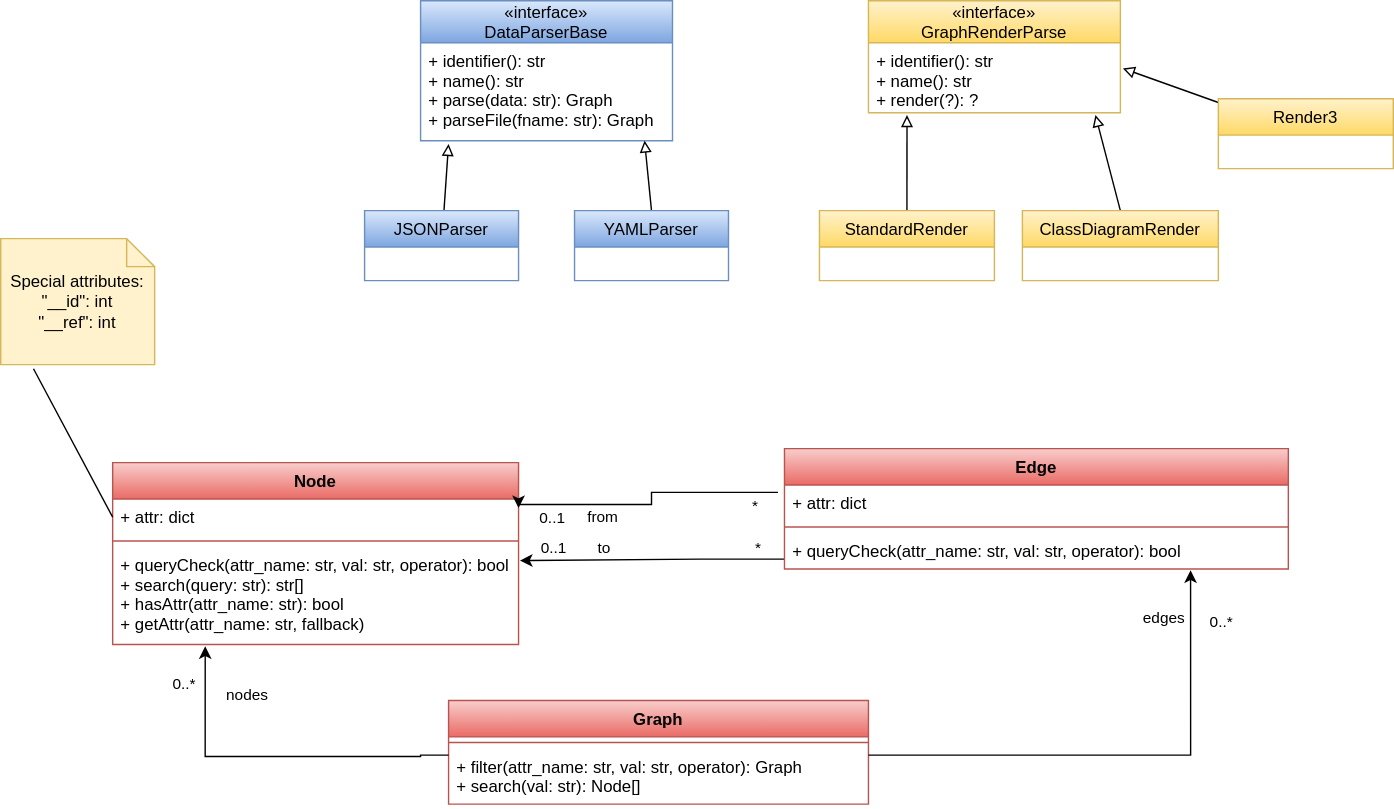
The draw.io diagram docs/class_diagram.drawio.svg in gazdicdanica/SOK, before a commit. Source tidied: cells renumbered, new cells last; positions are measured from the earlier drawing's top-left corner, leaving out a move shared by most shapes.
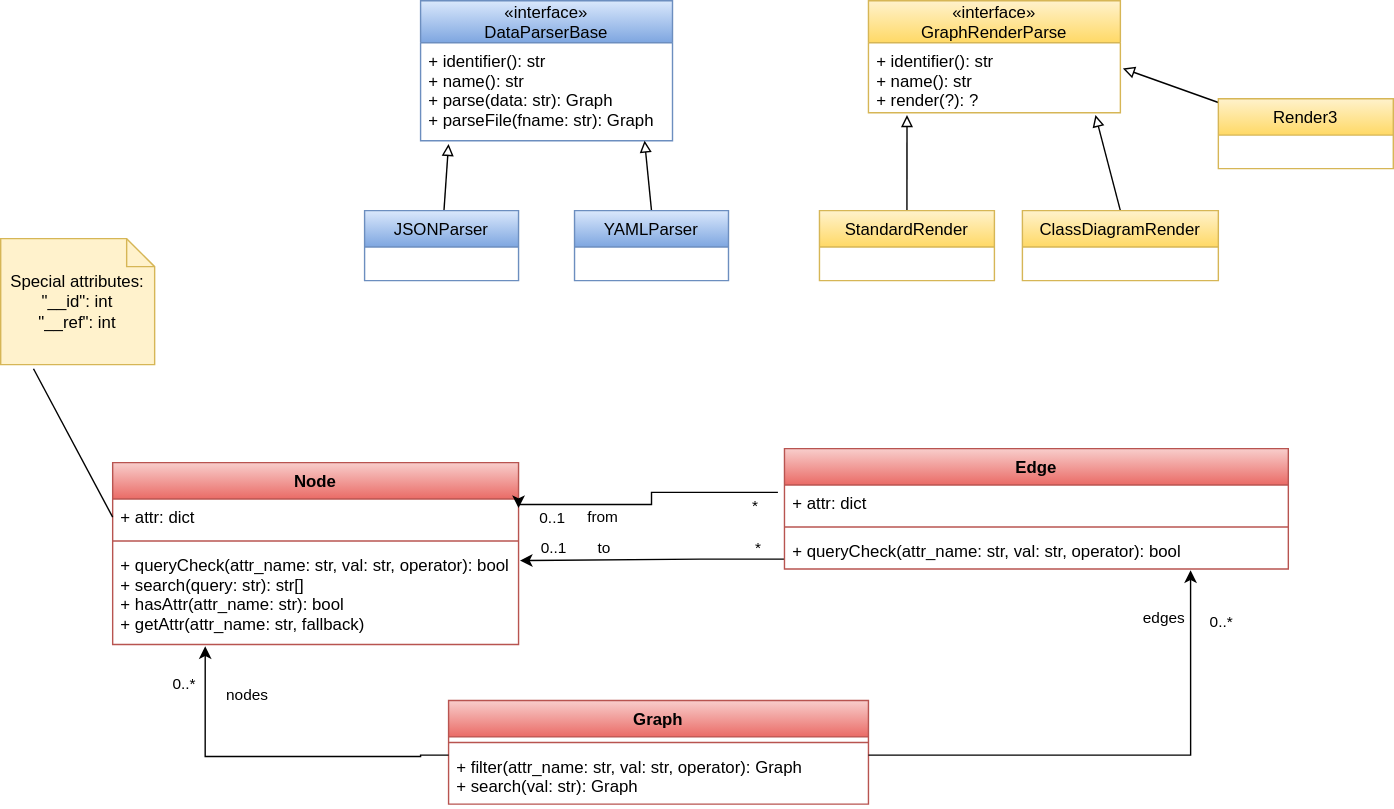
The same file after the commit.

Commit message:
Fix graph now returns Graph object

What changed in the source:
```diff
@@ -80,7 +80,7 @@
     <mxCell id="19" style="line;strokeWidth=1;fillColor=none;align=left;verticalAlign=middle;spacingTop=-1;spacingLeft=3;spacingRight=3;labelPosition=right;strokeColor=inherit;" parent="18" vertex="1">
       <mxGeometry y="26" width="300" height="8" as="geometry" />
     </mxCell>
-    <mxCell id="20" value="+ filter(attr_name: str, val: str, operator): Graph&#10;+ search(val: str): Node[]" style="text;strokeColor=none;fillColor=none;align=left;verticalAlign=top;spacingLeft=4;spacingRight=4;overflow=hidden;" parent="18" vertex="1">
+    <mxCell id="20" value="+ filter(attr_name: str, val: str, operator): Graph&#10;+ search(val: str): Graph" style="text;strokeColor=none;fillColor=none;align=left;verticalAlign=top;spacingLeft=4;spacingRight=4;overflow=hidden;" parent="18" vertex="1">
       <mxGeometry y="34" width="300" height="40" as="geometry" />
     </mxCell>
     <mxCell id="21" style="edgeStyle=orthogonalEdgeStyle;rounded=0;jettySize=auto;html=1;exitX=0;exitY=0.5;exitDx=0;exitDy=0;entryX=0.228;entryY=1.018;entryDx=0;entryDy=0;entryPerimeter=0;" parent="1" edge="1" target="5">
```
